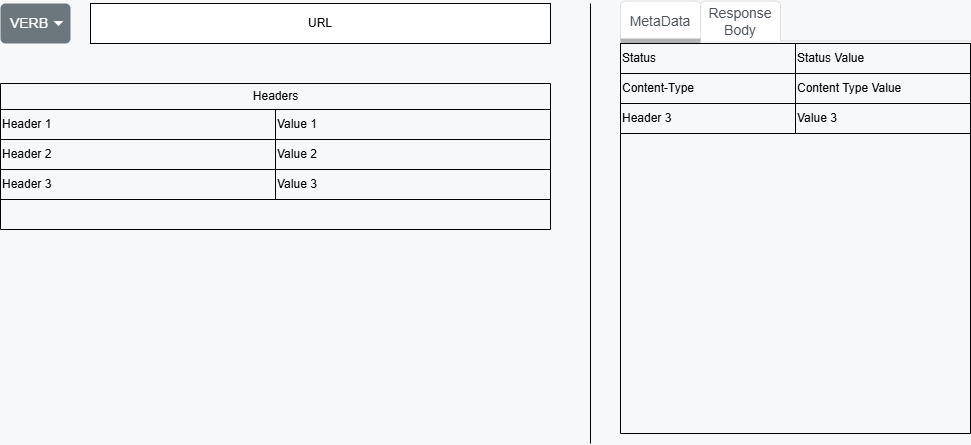
chkypros/http-client-plugin keeps this draw.io diagram as src/main/resources/outline.png. Above is the earlier version. Source tidied: cells renumbered, new cells last; positions are measured from the earlier drawing's top-left corner, leaving out a move shared by most shapes. The source it was exported from:
```xml
<mxGraphModel background="#f7f8fa">
  <root>
    <mxCell id="0" />
    <mxCell id="1" parent="0" />
    <mxCell id="2" value="URL" style="rounded=0;whiteSpace=wrap;html=1;" parent="1" vertex="1">
      <mxGeometry x="90" y="2" width="460" height="40" as="geometry" />
    </mxCell>
    <mxCell id="3" style="endArrow=none;html=1;rounded=0;" parent="1" edge="1">
      <mxGeometry relative="1" as="geometry">
        <mxPoint x="590" y="442" as="sourcePoint" />
        <mxPoint x="590" y="2" as="targetPoint" />
      </mxGeometry>
    </mxCell>
    <mxCell id="4" value="Headers" style="swimlane;fontStyle=0;horizontal=1;startSize=26;fillColor=none;html=1;" parent="1" vertex="1">
      <mxGeometry y="82" width="550" height="146" as="geometry" />
    </mxCell>
    <mxCell id="5" style="group;" parent="4" vertex="1">
      <mxGeometry y="26" width="550" height="30" as="geometry" />
    </mxCell>
    <mxCell id="6" value="Header 1" style="rounded=0;whiteSpace=wrap;html=1;fillColor=none;align=left;" parent="5" vertex="1">
      <mxGeometry width="275" height="30" as="geometry" />
    </mxCell>
    <mxCell id="7" value="Value 1" style="rounded=0;whiteSpace=wrap;html=1;fillColor=none;align=left;" parent="5" vertex="1">
      <mxGeometry x="275" width="275" height="30" as="geometry" />
    </mxCell>
    <mxCell id="8" style="group;" parent="4" vertex="1">
      <mxGeometry y="56" width="550" height="30" as="geometry" />
    </mxCell>
    <mxCell id="9" value="Header 2" style="rounded=0;whiteSpace=wrap;html=1;fillColor=none;align=left;" parent="8" vertex="1">
      <mxGeometry width="275" height="30" as="geometry" />
    </mxCell>
    <mxCell id="10" value="Value 2" style="rounded=0;whiteSpace=wrap;html=1;fillColor=none;align=left;" parent="8" vertex="1">
      <mxGeometry x="275" width="275" height="30" as="geometry" />
    </mxCell>
    <mxCell id="11" style="group;" parent="4" vertex="1">
      <mxGeometry y="86" width="550" height="30" as="geometry" />
    </mxCell>
    <mxCell id="12" value="Header 3" style="rounded=0;whiteSpace=wrap;html=1;fillColor=none;align=left;" parent="11" vertex="1">
      <mxGeometry width="275" height="30" as="geometry" />
    </mxCell>
    <mxCell id="13" value="Value 3" style="rounded=0;whiteSpace=wrap;html=1;fillColor=none;align=left;" parent="11" vertex="1">
      <mxGeometry x="275" width="275" height="30" as="geometry" />
    </mxCell>
    <mxCell id="14" style="group;" parent="4" vertex="1">
      <mxGeometry y="116" width="550" height="30" as="geometry" />
    </mxCell>
    <mxCell id="15" value="VERB" style="html=1;shadow=0;dashed=0;shape=mxgraph.bootstrap.rrect;rSize=5;strokeColor=none;strokeWidth=1;fillColor=#6C767D;fontColor=#ffffff;whiteSpace=wrap;align=right;verticalAlign=middle;fontStyle=0;fontSize=14;spacingRight=20;" parent="1" vertex="1">
      <mxGeometry y="2" width="70" height="40" as="geometry" />
    </mxCell>
    <mxCell id="16" style="shape=triangle;direction=south;fillColor=#ffffff;strokeColor=none;perimeter=none;" parent="15" vertex="1">
      <mxGeometry x="1" y="0.5" width="10" height="5" relative="1" as="geometry">
        <mxPoint x="-17" y="-2.5" as="offset" />
      </mxGeometry>
    </mxCell>
    <mxCell id="17" value="MetaData" style="html=1;shadow=0;dashed=0;shape=mxgraph.bootstrap.tabTop;strokeColor=#DFDFDF;fillColor=#ffffff;rSize=5;perimeter=none;whiteSpace=wrap;align=center;spacing=20;fontSize=14;fontColor=#4B5259;" parent="1" vertex="1">
      <mxGeometry x="620" y="-0.5" width="80" height="40" as="geometry" />
    </mxCell>
    <mxCell id="18" style="shape=line;strokeColor=#dddddd;" parent="1" vertex="1">
      <mxGeometry x="700" y="34.5" width="270" height="10" as="geometry" />
    </mxCell>
    <mxCell id="19" value="Response Body" style="html=1;shadow=0;dashed=0;shape=mxgraph.bootstrap.tabTop;strokeColor=#DFDFDF;fillColor=#ffffff;rSize=5;perimeter=none;whiteSpace=wrap;align=center;spacing=20;fontSize=14;fontColor=#4B5259;" parent="1" vertex="1">
      <mxGeometry x="700" y="-0.5" width="80" height="40" as="geometry" />
    </mxCell>
    <mxCell id="20" style="shape=line;strokeColor=#B3B3B3;fillColor=#B3B3B3;strokeWidth=5;" parent="1" vertex="1">
      <mxGeometry x="620" y="34.5" width="80" height="10" as="geometry" />
    </mxCell>
    <mxCell id="21" style="swimlane;startSize=0;" parent="1" vertex="1">
      <mxGeometry x="620" y="42" width="350" height="390" as="geometry" />
    </mxCell>
    <mxCell id="22" style="group;" parent="21" vertex="1">
      <mxGeometry width="350" height="30" as="geometry" />
    </mxCell>
    <mxCell id="23" value="Status" style="rounded=0;whiteSpace=wrap;html=1;fillColor=none;align=left;" parent="22" vertex="1">
      <mxGeometry width="175" height="30" as="geometry" />
    </mxCell>
    <mxCell id="24" value="Status Value" style="rounded=0;whiteSpace=wrap;html=1;fillColor=none;align=left;" parent="22" vertex="1">
      <mxGeometry x="175" width="175" height="30" as="geometry" />
    </mxCell>
    <mxCell id="25" style="group;" parent="21" vertex="1">
      <mxGeometry y="30" width="350" height="30" as="geometry" />
    </mxCell>
    <mxCell id="26" value="Content-Type" style="rounded=0;whiteSpace=wrap;html=1;fillColor=none;align=left;" parent="25" vertex="1">
      <mxGeometry width="175" height="30" as="geometry" />
    </mxCell>
    <mxCell id="27" value="Content Type Value" style="rounded=0;whiteSpace=wrap;html=1;fillColor=none;align=left;" parent="25" vertex="1">
      <mxGeometry x="175" width="175" height="30" as="geometry" />
    </mxCell>
    <mxCell id="28" style="group;" parent="21" vertex="1">
      <mxGeometry y="60" width="350" height="30" as="geometry" />
    </mxCell>
    <mxCell id="29" value="Header 3" style="rounded=0;whiteSpace=wrap;html=1;fillColor=none;align=left;" parent="28" vertex="1">
      <mxGeometry width="175" height="30" as="geometry" />
    </mxCell>
    <mxCell id="30" value="Value 3" style="rounded=0;whiteSpace=wrap;html=1;fillColor=none;align=left;" parent="28" vertex="1">
      <mxGeometry x="175" width="175" height="30" as="geometry" />
    </mxCell>
  </root>
</mxGraphModel>
```
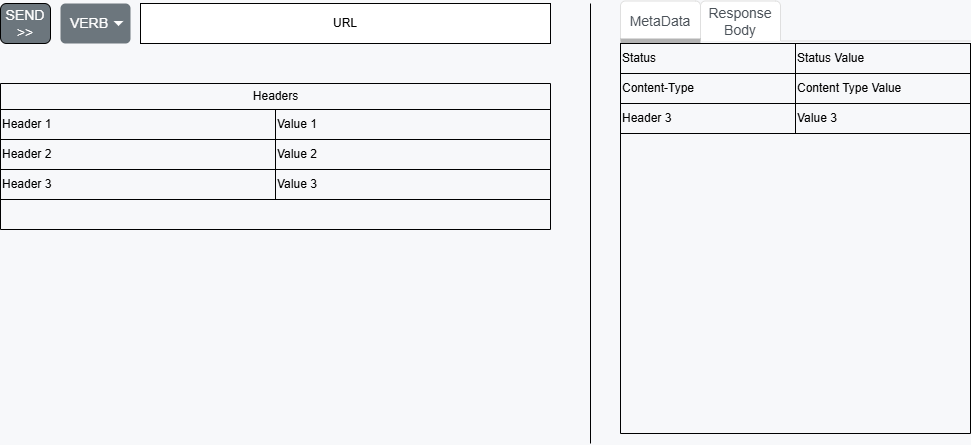
After the commit.

Commit message:
Started using Kotlin UI DSL

Diff of the diagram source:
```diff
@@ -3,7 +3,7 @@
     <mxCell id="0" />
     <mxCell id="1" parent="0" />
     <mxCell id="2" value="URL" style="rounded=0;whiteSpace=wrap;html=1;" parent="1" vertex="1">
-      <mxGeometry x="90" y="2" width="460" height="40" as="geometry" />
+      <mxGeometry x="140" y="2" width="410" height="40" as="geometry" />
     </mxCell>
     <mxCell id="3" style="endArrow=none;html=1;rounded=0;" parent="1" edge="1">
       <mxGeometry relative="1" as="geometry">
@@ -45,7 +45,7 @@
       <mxGeometry y="116" width="550" height="30" as="geometry" />
     </mxCell>
     <mxCell id="15" value="VERB" style="html=1;shadow=0;dashed=0;shape=mxgraph.bootstrap.rrect;rSize=5;strokeColor=none;strokeWidth=1;fillColor=#6C767D;fontColor=#ffffff;whiteSpace=wrap;align=right;verticalAlign=middle;fontStyle=0;fontSize=14;spacingRight=20;" parent="1" vertex="1">
-      <mxGeometry y="2" width="70" height="40" as="geometry" />
+      <mxGeometry x="60" y="2" width="70" height="40" as="geometry" />
     </mxCell>
     <mxCell id="16" style="shape=triangle;direction=south;fillColor=#ffffff;strokeColor=none;perimeter=none;" parent="15" vertex="1">
       <mxGeometry x="1" y="0.5" width="10" height="5" relative="1" as="geometry">
@@ -94,5 +94,8 @@
     <mxCell id="30" value="Value 3" style="rounded=0;whiteSpace=wrap;html=1;fillColor=none;align=left;" parent="28" vertex="1">
       <mxGeometry x="175" width="175" height="30" as="geometry" />
     </mxCell>
+    <mxCell id="31" value="SEND &amp;gt;&amp;gt;" style="rounded=1;whiteSpace=wrap;html=1;fillColor=#6C767D;fontSize=14;fontColor=#FFFFFF;" parent="1" vertex="1">
+      <mxGeometry y="2" width="50" height="40" as="geometry" />
+    </mxCell>
   </root>
 </mxGraphModel>
```
